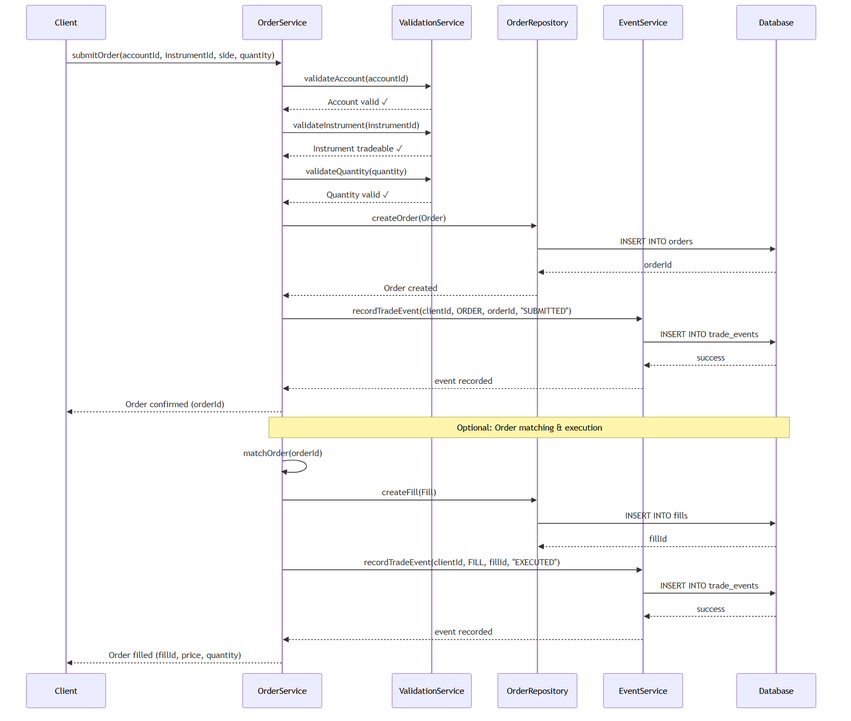
This is presentation/order_sequence_diagram.png from wcheaz/Toadstool, a Mermaid export, as it was before one commit. Its source is kept beside it as presentation/order_sequence_diagram.mmd.
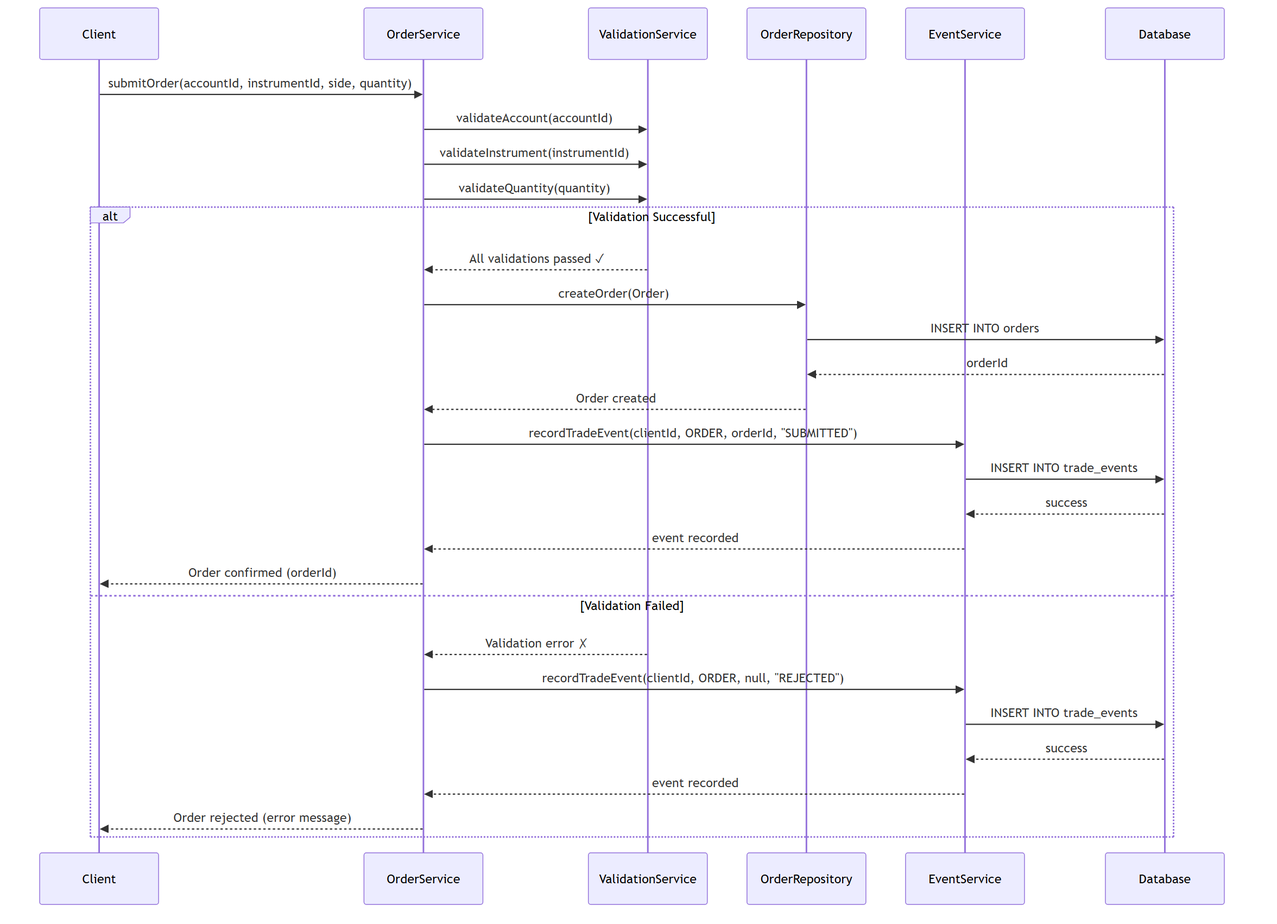
The same diagram one commit later.

Commit message:
feat: update sequence diagram to better fit our current situation

The edit, as a diff of the source:
```diff
@@ -9,36 +9,31 @@
     Client->>OrderService: submitOrder(accountId, instrumentId, side, quantity)
 
     OrderService->>ValidationService: validateAccount(accountId)
-    ValidationService-->>OrderService: Account valid ✓
+    OrderService->>ValidationService: validateInstrument(instrumentId)
+    OrderService->>ValidationService: validateQuantity(quantity)
 
-    OrderService->>ValidationService: validateInstrument(instrumentId)
-    ValidationService-->>OrderService: Instrument tradeable ✓
+    alt Validation Successful
+        ValidationService-->>OrderService: All validations passed ✓
 
-    OrderService->>ValidationService: validateQuantity(quantity)
-    ValidationService-->>OrderService: Quantity valid ✓
+        OrderService->>OrderRepository: createOrder(Order)
+        OrderRepository->>Database: INSERT INTO orders
+        Database-->>OrderRepository: orderId
+        OrderRepository-->>OrderService: Order created
 
-    OrderService->>OrderRepository: createOrder(Order)
-    OrderRepository->>Database: INSERT INTO orders
-    Database-->>OrderRepository: orderId
-    OrderRepository-->>OrderService: Order created
+        OrderService->>EventService: recordTradeEvent(clientId, ORDER, orderId, "SUBMITTED")
+        EventService->>Database: INSERT INTO trade_events
+        Database-->>EventService: success
+        EventService-->>OrderService: event recorded
 
-    OrderService->>EventService: recordTradeEvent(clientId, ORDER, orderId, "SUBMITTED")
-    EventService->>Database: INSERT INTO trade_events
-    Database-->>EventService: success
-    EventService-->>OrderService: event recorded
+        OrderService-->>Client: Order confirmed (orderId)
 
-    OrderService-->>Client: Order confirmed (orderId)
+    else Validation Failed
+        ValidationService-->>OrderService: Validation error ✗
 
-    Note over OrderService,Database: Optional: Order matching & execution
+        OrderService->>EventService: recordTradeEvent(clientId, ORDER, null, "REJECTED")
+        EventService->>Database: INSERT INTO trade_events
+        Database-->>EventService: success
+        EventService-->>OrderService: event recorded
 
-    OrderService->>OrderService: matchOrder(orderId)
-    OrderService->>OrderRepository: createFill(Fill)
-    OrderRepository->>Database: INSERT INTO fills
-    Database-->>OrderRepository: fillId
-
-    OrderService->>EventService: recordTradeEvent(clientId, FILL, fillId, "EXECUTED")
-    EventService->>Database: INSERT INTO trade_events
-    Database-->>EventService: success
-    EventService-->>OrderService: event recorded
-
-    OrderService-->>Client: Order filled (fillId, price, quantity)
+        OrderService-->>Client: Order rejected (error message)
+    end
```
